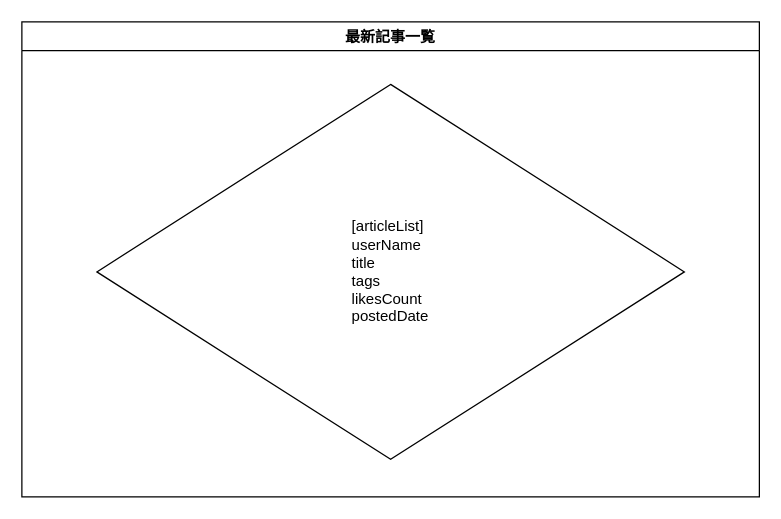
yusuke-rakus/Qiish keeps this draw.io diagram as page "ホーム画面" (2 of 8) of Designs/要件定義.drawio. Above is the earlier version. Source tidied: cells renumbered, new cells numbered last; positions are measured from the earlier drawing's top-left corner, leaving out a move shared by most shapes. Both pictures are drawn from the tidied source at 125%, with x=0, y=0 at pixel (21, 21).
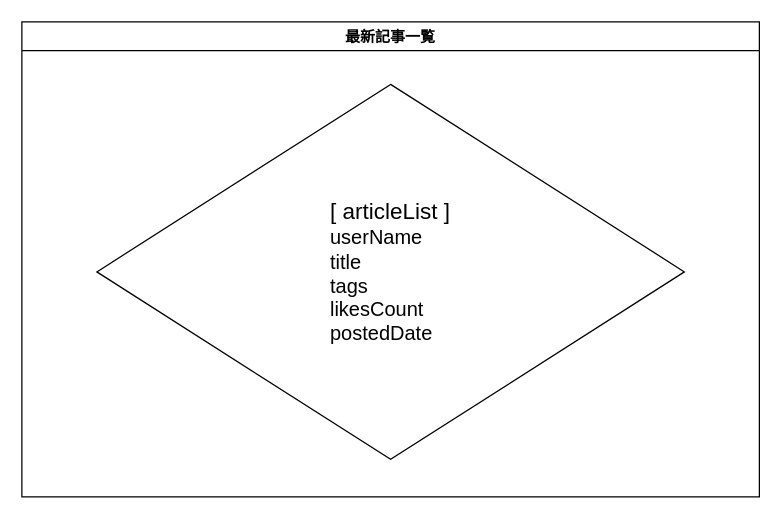
The same page after the edit.

Change to the diagram source:
```diff
@@
 <mxGraphModel>
   <root>
     <mxCell id="0" />
     <mxCell id="1" parent="0" />
     <mxCell id="2" value="最新記事一覧" style="swimlane;" parent="1" vertex="1">
       <mxGeometry width="590" height="380" as="geometry" />
     </mxCell>
-    <mxCell id="3" value="&lt;div style=&quot;text-align: justify&quot;&gt;[articleList]&lt;/div&gt;&lt;div style=&quot;text-align: justify&quot;&gt;userName&lt;/div&gt;&lt;div style=&quot;text-align: justify&quot;&gt;title&lt;/div&gt;&lt;div style=&quot;text-align: justify&quot;&gt;tags&lt;/div&gt;&lt;div style=&quot;text-align: justify&quot;&gt;likesCount&lt;/div&gt;&lt;div style=&quot;text-align: justify&quot;&gt;postedDate&lt;/div&gt;" style="rhombus;whiteSpace=wrap;html=1;" parent="2" vertex="1">
+    <mxCell id="3" value="&lt;div style=&quot;text-align: justify&quot;&gt;&lt;font style=&quot;font-size: 18px&quot;&gt;[ articleList ]&lt;/font&gt;&lt;/div&gt;&lt;div style=&quot;text-align: justify&quot;&gt;&lt;font size=&quot;3&quot;&gt;userName&lt;/font&gt;&lt;/div&gt;&lt;div style=&quot;text-align: justify&quot;&gt;&lt;font size=&quot;3&quot;&gt;title&lt;/font&gt;&lt;/div&gt;&lt;div style=&quot;text-align: justify&quot;&gt;&lt;font size=&quot;3&quot;&gt;tags&lt;/font&gt;&lt;/div&gt;&lt;div style=&quot;text-align: justify&quot;&gt;&lt;font size=&quot;3&quot;&gt;likesCount&lt;/font&gt;&lt;/div&gt;&lt;div style=&quot;text-align: justify&quot;&gt;&lt;font size=&quot;3&quot;&gt;postedDate&lt;/font&gt;&lt;/div&gt;" style="rhombus;whiteSpace=wrap;html=1;" parent="2" vertex="1">
       <mxGeometry x="60" y="50" width="470" height="300" as="geometry" />
     </mxCell>
   </root>
 </mxGraphModel>
```
